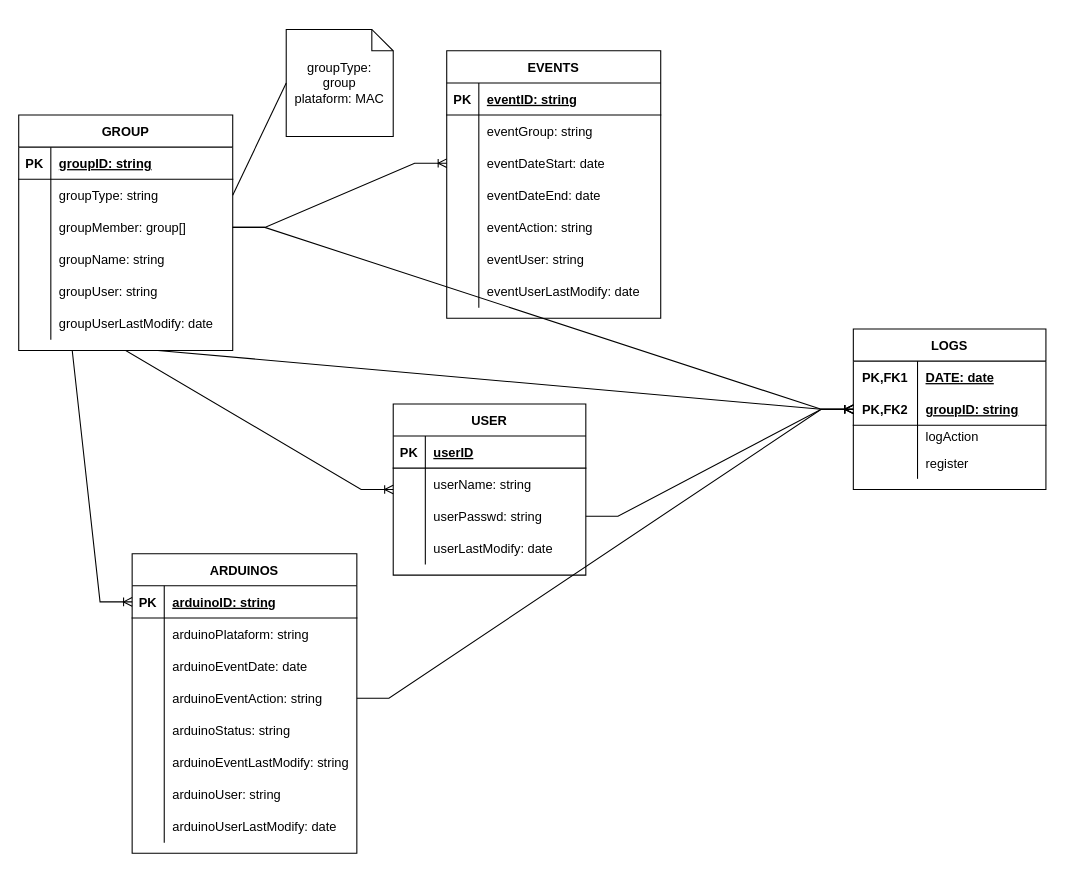
rjnogales/crm.mio keeps this draw.io diagram as page "Data" (2 of 6) of drawings/esquemasBasicos.drawio. Above is the earlier version. Source tidied: cells renumbered, new cells numbered last; positions are measured from the earlier drawing's top-left corner, leaving out a move shared by most shapes. Both pictures are drawn from the tidied source at 107%, with x=0, y=0 at pixel (18, 29).
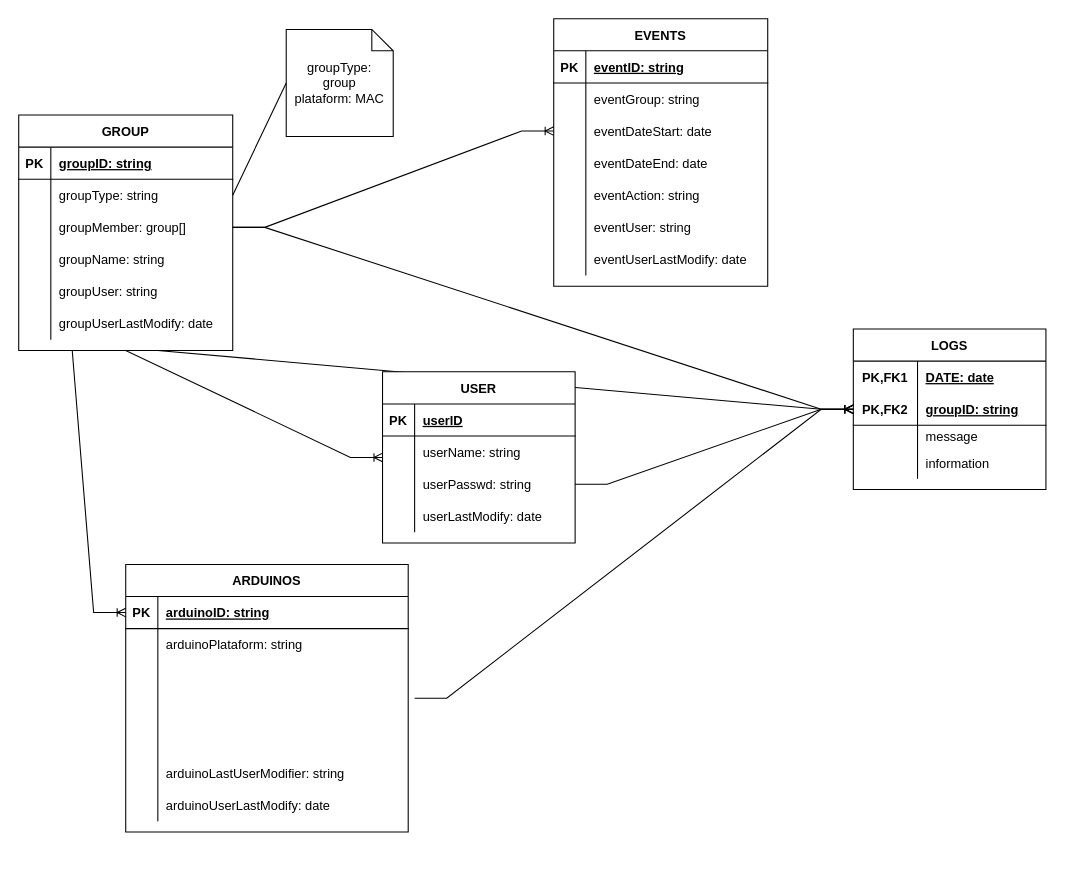
The same page after the edit.

Unchanged cells that the change refers to:
```xml
<mxCell id="50" style="shape=partialRectangle;fillColor=none;top=0;left=0;bottom=1;right=0;points=[[0,0.5],[1,0.5]];portConstraint=eastwest;" parent="46" vertex="1">
  <mxGeometry y="60" width="180" height="30" as="geometry" />
</mxCell>
<mxCell id="53" style="shape=partialRectangle;fillColor=none;top=0;left=0;bottom=0;right=0;" parent="46" vertex="1">
  <mxGeometry y="90" width="180" height="20" as="geometry" />
</mxCell>
<mxCell id="56" style="shape=partialRectangle;fillColor=none;top=0;left=0;bottom=0;right=0;" parent="46" vertex="1">
  <mxGeometry y="110" width="180" height="30" as="geometry" />
</mxCell>
```

The edit, as a diff of the source:
```diff
@@
     <mxCell id="23" value="EVENTS" style="shape=table;startSize=30;childLayout=tableLayout;rowLines=0;fontStyle=1;align=center;" parent="1" vertex="1">
-      <mxGeometry x="400" y="20" width="200" height="250" as="geometry" />
+      <mxGeometry x="500" y="-10" width="200" height="250" as="geometry" />
     </mxCell>
@@
-    <mxCell id="55" value="logAction" style="shape=partialRectangle;fillColor=none;top=0;left=0;bottom=0;right=0;align=left;spacingLeft=6;overflow=hidden;" parent="53" vertex="1">
+    <mxCell id="55" value="message" style="shape=partialRectangle;fillColor=none;top=0;left=0;bottom=0;right=0;align=left;spacingLeft=6;overflow=hidden;" parent="53" vertex="1">
       <mxGeometry x="60" width="120" height="20" as="geometry" />
     </mxCell>
@@
-    <mxCell id="58" value="register" style="shape=partialRectangle;fillColor=none;top=0;left=0;bottom=0;right=0;align=left;spacingLeft=6;overflow=hidden;" parent="56" vertex="1">
+    <mxCell id="58" value="information" style="shape=partialRectangle;fillColor=none;top=0;left=0;bottom=0;right=0;align=left;spacingLeft=6;overflow=hidden;" parent="56" vertex="1">
       <mxGeometry x="60" width="120" height="30" as="geometry" />
     </mxCell>
@@
     <mxCell id="60" value="ARDUINOS" style="shape=table;startSize=30;childLayout=tableLayout;rowLines=0;fontStyle=1;align=center;" parent="1" vertex="1">
-      <mxGeometry x="106" y="490" width="210" height="280" as="geometry" />
+      <mxGeometry x="100" y="500" width="264" height="250" as="geometry" />
     </mxCell>
     <mxCell id="61" style="shape=tableRow;horizontal=0;startSize=0;swimlaneHead=0;swimlaneBody=0;fillColor=none;points=[[0,0.5],[1,0.5]];portConstraint=eastwest;top=0;left=0;right=0;bottom=1;" parent="60" vertex="1">
-      <mxGeometry y="30" width="210" height="30" as="geometry" />
+      <mxGeometry y="30" width="264" height="30" as="geometry" />
     </mxCell>
@@
     <mxCell id="63" value="arduinoID: string" style="shape=partialRectangle;fillColor=none;top=0;left=0;bottom=0;right=0;align=left;spacingLeft=6;fontStyle=5;overflow=hidden;" parent="61" vertex="1">
-      <mxGeometry x="30" width="180" height="30" as="geometry" />
+      <mxGeometry x="30" width="234" height="30" as="geometry" />
     </mxCell>
     <mxCell id="64" style="shape=tableRow;horizontal=0;startSize=0;swimlaneHead=0;swimlaneBody=0;fillColor=none;top=0;left=0;right=0;bottom=0;" parent="60" vertex="1">
-      <mxGeometry y="60" width="210" height="30" as="geometry" />
+      <mxGeometry y="60" width="264" height="30" as="geometry" />
     </mxCell>
@@
     <mxCell id="66" value="arduinoPlataform: string" style="shape=partialRectangle;fillColor=none;top=0;left=0;bottom=0;right=0;align=left;spacingLeft=6;overflow=hidden;" parent="64" vertex="1">
-      <mxGeometry x="30" width="180" height="30" as="geometry" />
+      <mxGeometry x="30" width="234" height="30" as="geometry" />
     </mxCell>
     <mxCell id="67" style="shape=tableRow;horizontal=0;startSize=0;swimlaneHead=0;swimlaneBody=0;fillColor=none;top=0;left=0;right=0;bottom=0;" parent="60" vertex="1">
-      <mxGeometry y="90" width="210" height="30" as="geometry" />
+      <mxGeometry y="90" width="264" height="30" as="geometry" />
     </mxCell>
@@
-    <mxCell id="69" value="arduinoEventDate: date" style="shape=partialRectangle;fillColor=none;top=0;left=0;bottom=0;right=0;align=left;spacingLeft=6;overflow=hidden;" parent="67" vertex="1">
-      <mxGeometry x="30" width="180" height="30" as="geometry" />
+    <mxCell id="69" style="shape=partialRectangle;fillColor=none;top=0;left=0;bottom=0;right=0;align=left;spacingLeft=6;overflow=hidden;" parent="67" vertex="1">
+      <mxGeometry x="30" width="234" height="30" as="geometry" />
     </mxCell>
-    <mxCell id="70" style="shape=tableRow;horizontal=0;startSize=0;swimlaneHead=0;swimlaneBody=0;fillColor=none;points=[[0,0.5],[1,0.5]];portConstraint=eastwest;top=0;left=0;right=0;bottom=0;" parent="60" vertex="1">
-      <mxGeometry y="120" width="210" height="30" as="geometry" />
-    </mxCell>
-    <mxCell id="71" style="shape=partialRectangle;fillColor=none;top=0;left=0;bottom=0;right=0;overflow=hidden;" parent="70" vertex="1">
-      <mxGeometry width="30" height="30" as="geometry" />
-    </mxCell>
-    <mxCell id="72" value="arduinoEventAction: string" style="shape=partialRectangle;fillColor=none;top=0;left=0;bottom=0;right=0;align=left;spacingLeft=6;overflow=hidden;" parent="70" vertex="1">
-      <mxGeometry x="30" width="180" height="30" as="geometry" />
-    </mxCell>
     <mxCell id="73" style="shape=tableRow;horizontal=0;startSize=0;swimlaneHead=0;swimlaneBody=0;fillColor=none;top=0;left=0;right=0;bottom=0;" parent="60" vertex="1">
-      <mxGeometry y="150" width="210" height="30" as="geometry" />
+      <mxGeometry y="120" width="264" height="30" as="geometry" />
     </mxCell>
@@
-    <mxCell id="75" value="arduinoStatus: string" style="shape=partialRectangle;fillColor=none;top=0;left=0;bottom=0;right=0;align=left;spacingLeft=6;overflow=hidden;" parent="73" vertex="1">
-      <mxGeometry x="30" width="180" height="30" as="geometry" />
+    <mxCell id="75" style="shape=partialRectangle;fillColor=none;top=0;left=0;bottom=0;right=0;align=left;spacingLeft=6;overflow=hidden;" parent="73" vertex="1">
+      <mxGeometry x="30" width="234" height="30" as="geometry" />
     </mxCell>
     <mxCell id="76" style="shape=tableRow;horizontal=0;startSize=0;swimlaneHead=0;swimlaneBody=0;fillColor=none;top=0;left=0;right=0;bottom=0;" parent="60" vertex="1">
-      <mxGeometry y="180" width="210" height="30" as="geometry" />
+      <mxGeometry y="150" width="264" height="30" as="geometry" />
     </mxCell>
@@
-    <mxCell id="78" value="arduinoEventLastModify: string" style="shape=partialRectangle;fillColor=none;top=0;left=0;bottom=0;right=0;align=left;spacingLeft=6;overflow=hidden;" parent="76" vertex="1">
-      <mxGeometry x="30" width="180" height="30" as="geometry" />
+    <mxCell id="78" style="shape=partialRectangle;fillColor=none;top=0;left=0;bottom=0;right=0;align=left;spacingLeft=6;overflow=hidden;" parent="76" vertex="1">
+      <mxGeometry x="30" width="234" height="30" as="geometry" />
     </mxCell>
     <mxCell id="79" style="shape=tableRow;horizontal=0;startSize=0;swimlaneHead=0;swimlaneBody=0;fillColor=none;top=0;left=0;right=0;bottom=0;" parent="60" vertex="1">
-      <mxGeometry y="210" width="210" height="30" as="geometry" />
+      <mxGeometry y="180" width="264" height="30" as="geometry" />
     </mxCell>
@@
-    <mxCell id="81" value="arduinoUser: string" style="shape=partialRectangle;fillColor=none;top=0;left=0;bottom=0;right=0;align=left;spacingLeft=6;overflow=hidden;" parent="79" vertex="1">
-      <mxGeometry x="30" width="180" height="30" as="geometry" />
+    <mxCell id="81" value="arduinoLastUserModifier: string" style="shape=partialRectangle;fillColor=none;top=0;left=0;bottom=0;right=0;align=left;spacingLeft=6;overflow=hidden;" parent="79" vertex="1">
+      <mxGeometry x="30" width="234" height="30" as="geometry" />
     </mxCell>
     <mxCell id="82" style="shape=tableRow;horizontal=0;startSize=0;swimlaneHead=0;swimlaneBody=0;fillColor=none;top=0;left=0;right=0;bottom=0;" parent="60" vertex="1">
-      <mxGeometry y="240" width="210" height="30" as="geometry" />
+      <mxGeometry y="210" width="264" height="30" as="geometry" />
     </mxCell>
@@
     <mxCell id="84" value="arduinoUserLastModify: date" style="shape=partialRectangle;fillColor=none;top=0;left=0;bottom=0;right=0;align=left;spacingLeft=6;overflow=hidden;" parent="82" vertex="1">
-      <mxGeometry x="30" width="180" height="30" as="geometry" />
+      <mxGeometry x="30" width="234" height="30" as="geometry" />
     </mxCell>
     <mxCell id="85" value="USER" style="shape=table;startSize=30;childLayout=tableLayout;rowLines=0;fontStyle=1;align=center;" parent="1" vertex="1">
-      <mxGeometry x="350" y="350" width="180" height="160" as="geometry" />
+      <mxGeometry x="340" y="320" width="180" height="160" as="geometry" />
     </mxCell>
@@
-    <mxCell id="101" style="edgeStyle=entityRelationEdgeStyle;fontSize=12;html=1;endArrow=ERoneToMany;rounded=0;exitX=1;exitY=0.5;exitDx=0;exitDy=0;entryX=0;entryY=0.5;entryDx=0;entryDy=0;" parent="1" edge="1" source="70" target="50">
-      <mxGeometry relative="1" as="geometry" />
+    <mxCell id="101" style="edgeStyle=entityRelationEdgeStyle;fontSize=12;html=1;endArrow=ERoneToMany;rounded=0;exitX=1;exitY=0.5;exitDx=0;exitDy=0;entryX=0;entryY=0.5;entryDx=0;entryDy=0;" parent="1" edge="1" target="50">
+      <mxGeometry relative="1" as="geometry">
+        <mxPoint x="370" y="625" as="sourcePoint" />
+      </mxGeometry>
     </mxCell>
```
